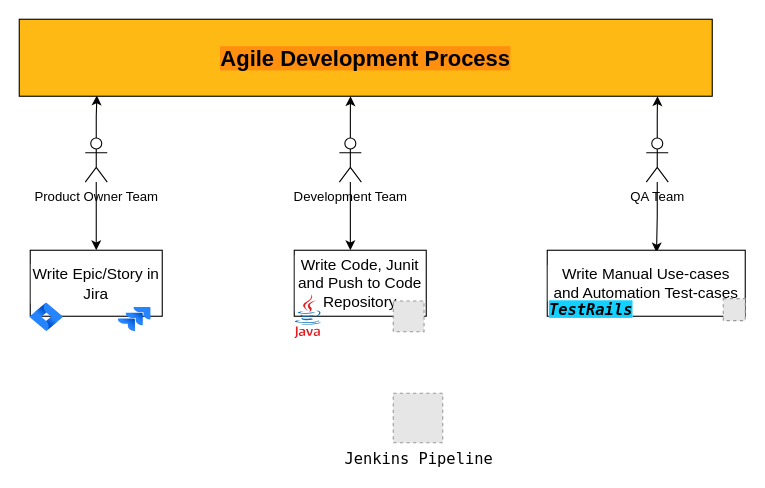
Above: e2e-software-development-process.drawio in rishant/system-design-architecture (draw.io), before the change. Source tidied: cells renumbered, new cells numbered last; positions are measured from the earlier drawing's top-left corner, leaving out a move shared by most shapes. Both pictures are drawn from the tidied source at 110%, with x=0, y=0 at pixel (19, 19). Pictures stored in the file or linked from it are replaced by grey dashed boxes.
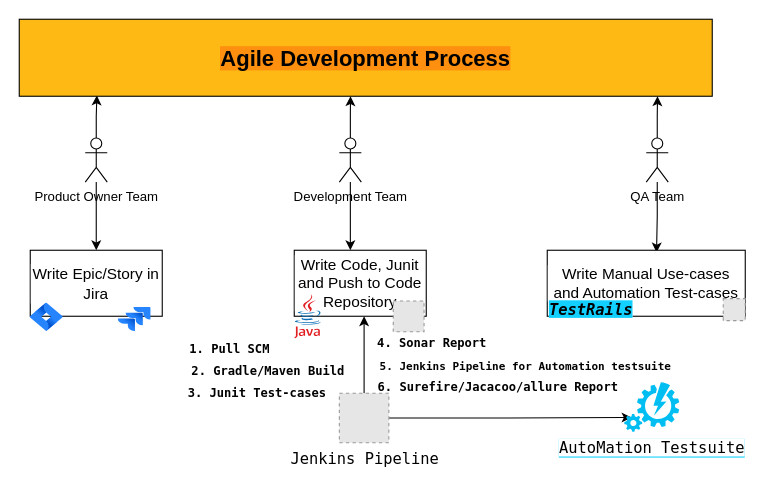
After the change.

Diff of the diagram source:
```diff
@@
+    <mxCell id="24" style="edgeStyle=orthogonalEdgeStyle;rounded=0;jettySize=auto;html=1;entryX=0.133;entryY=0.711;entryDx=0;entryDy=0;entryPerimeter=0;fontFamily=Lucida Console;fontSize=14;" parent="1" edge="1" source="23" target="26">
+      <mxGeometry relative="1" as="geometry" />
+    </mxCell>
+    <mxCell id="25" style="edgeStyle=orthogonalEdgeStyle;rounded=0;jettySize=auto;html=1;fontFamily=Lucida Console;fontSize=8;" parent="1" edge="1" source="23">
+      <mxGeometry relative="1" as="geometry">
+        <mxPoint x="313.5" y="270" as="targetPoint" />
+      </mxGeometry>
+    </mxCell>
     <mxCell id="23" value="Jenkins Pipeline" style="fillColor=#E6E6E6;strokeColor=#999999;dashed=1;html=1;verticalAlign=top;verticalLabelPosition=bottom;labelBackgroundColor=#ffffff;fontFamily=Lucida Console;fontSize=14;" parent="1" vertex="1">
-      <mxGeometry x="340" y="340" width="45" height="45" as="geometry" />
+      <mxGeometry x="291" y="340" width="45" height="45" as="geometry" />
     </mxCell>
+    <mxCell id="26" value="&lt;span style=&quot;background-color: rgb(255 , 255 , 255)&quot;&gt;AutoMation Testsuite&lt;/span&gt;" style="verticalLabelPosition=bottom;html=1;verticalAlign=top;align=center;strokeColor=none;fillColor=#00BEF2;shape=mxgraph.azure.automation;labelBackgroundColor=#12D0FF;fontFamily=Lucida Console;fontSize=14;" parent="1" vertex="1">
+      <mxGeometry x="550" y="330" width="50" height="45" as="geometry" />
+    </mxCell>
+    <mxCell id="27" value="&lt;font style=&quot;font-size: 10px&quot;&gt;&lt;b&gt;5. Jenkins Pipeline for&lt;font style=&quot;font-size: 10px&quot;&gt; &lt;/font&gt;Automation testsuite&lt;/b&gt;&lt;/font&gt;" style="text;html=1;align=center;verticalAlign=middle;strokeColor=none;fillColor=none;fontSize=14;fontFamily=Lucida Console;" parent="1" vertex="1">
+      <mxGeometry x="315" y="304" width="290" height="20" as="geometry" />
+    </mxCell>
+    <mxCell id="28" value="&lt;font size=&quot;1&quot;&gt;&lt;b style=&quot;font-size: 11px&quot;&gt;1. Pull SCM&lt;/b&gt;&lt;/font&gt;" style="text;html=1;align=center;verticalAlign=middle;strokeColor=none;fillColor=none;fontSize=8;fontFamily=Lucida Console;" parent="1" vertex="1">
+      <mxGeometry x="146" y="290" width="90" height="20" as="geometry" />
+    </mxCell>
+    <mxCell id="29" value="&lt;font size=&quot;1&quot;&gt;&lt;b style=&quot;font-size: 11px&quot;&gt;2. Gradle/Maven Build&lt;/b&gt;&lt;/font&gt;" style="text;html=1;align=center;verticalAlign=middle;strokeColor=none;fillColor=none;fontSize=8;fontFamily=Lucida Console;" parent="1" vertex="1">
+      <mxGeometry x="146" y="310" width="160" height="20" as="geometry" />
+    </mxCell>
+    <mxCell id="30" value="&lt;font size=&quot;1&quot;&gt;&lt;b style=&quot;font-size: 11px&quot;&gt;3. Junit Test-cases&lt;/b&gt;&lt;/font&gt;" style="text;html=1;align=center;verticalAlign=middle;strokeColor=none;fillColor=none;fontSize=8;fontFamily=Lucida Console;" parent="1" vertex="1">
+      <mxGeometry x="141" y="330" width="150" height="20" as="geometry" />
+    </mxCell>
+    <mxCell id="31" value="&lt;font size=&quot;1&quot;&gt;&lt;b style=&quot;font-size: 11px&quot;&gt;4. Sonar Report&lt;/b&gt;&lt;/font&gt;" style="text;html=1;align=center;verticalAlign=middle;strokeColor=none;fillColor=none;fontSize=8;fontFamily=Lucida Console;" parent="1" vertex="1">
+      <mxGeometry x="315" y="284" width="120" height="20" as="geometry" />
+    </mxCell>
+    <mxCell id="32" value="&lt;font size=&quot;1&quot;&gt;&lt;b style=&quot;font-size: 11px&quot;&gt;6. Surefire/Jacacoo/allure Report&lt;/b&gt;&lt;/font&gt;" style="text;html=1;align=center;verticalAlign=middle;strokeColor=none;fillColor=none;fontSize=8;fontFamily=Lucida Console;" parent="1" vertex="1">
+      <mxGeometry x="315" y="324" width="240" height="20" as="geometry" />
+    </mxCell>
```
